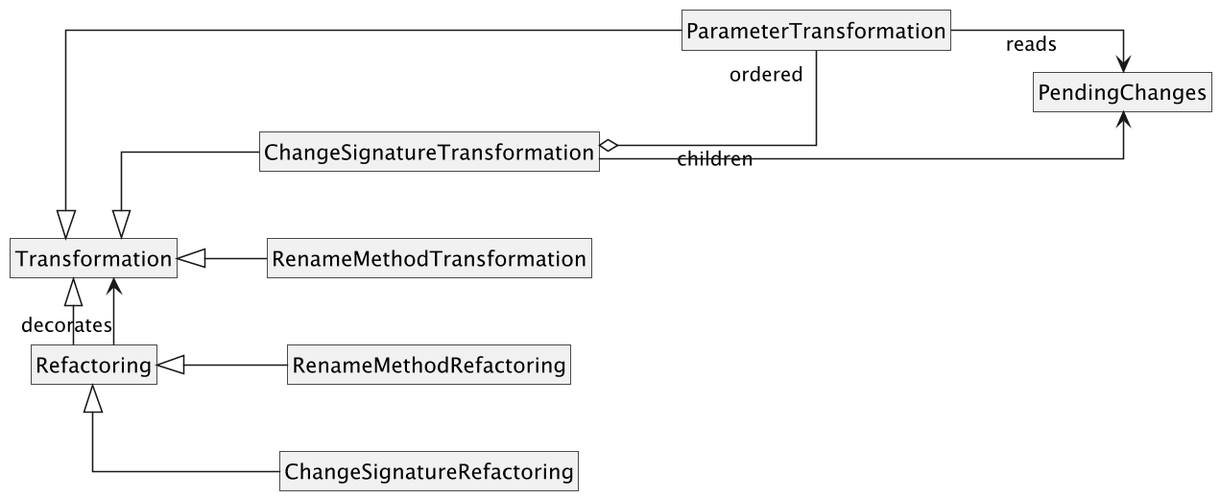
This is docs/figures/rope-poc-class-diagram.png from balsa-sarenac/rope, a PlantUML export, as it was before one commit.
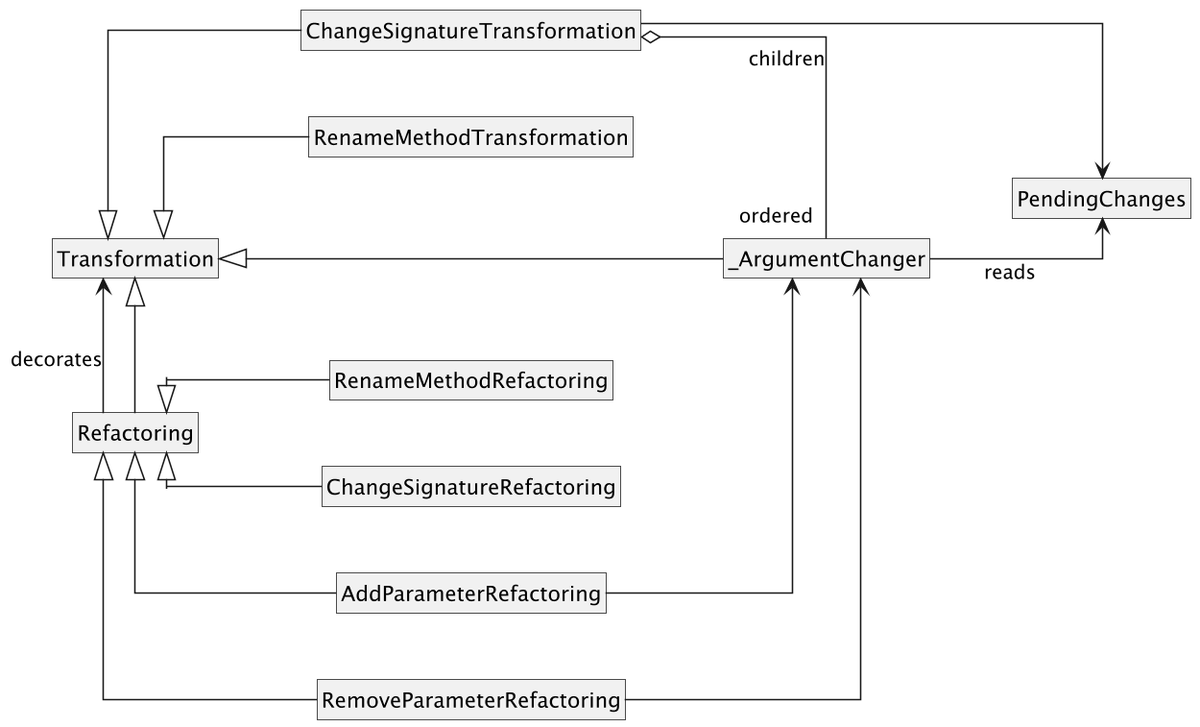
After the change.

Commit message:
refactor: compose rope's argument changers as the transformations

What changed in the source:
```diff
@@ -21,7 +21,10 @@
 
 class ChangeSignatureRefactoring
 class ChangeSignatureTransformation
-class ParameterTransformation
+
+class _ArgumentChanger
+class AddParameterRefactoring
+class RemoveParameterRefactoring
 
 class PendingChanges
 
@@ -30,13 +33,18 @@
 
 Refactoring <|-- RenameMethodRefactoring
 Refactoring <|-- ChangeSignatureRefactoring
+Refactoring <|-- AddParameterRefactoring
+Refactoring <|-- RemoveParameterRefactoring
 
 Transformation <|-- RenameMethodTransformation
 Transformation <|-- ChangeSignatureTransformation
-Transformation <|-- ParameterTransformation
+Transformation <|-- _ArgumentChanger
 
-ChangeSignatureTransformation o-- "ordered" ParameterTransformation : children
+ChangeSignatureTransformation o-- "ordered" _ArgumentChanger : children
+AddParameterRefactoring --> _ArgumentChanger
+RemoveParameterRefactoring --> _ArgumentChanger
+
 ChangeSignatureTransformation --> PendingChanges
-ParameterTransformation --> PendingChanges : reads
+_ArgumentChanger --> PendingChanges : reads
 
 @enduml
```
